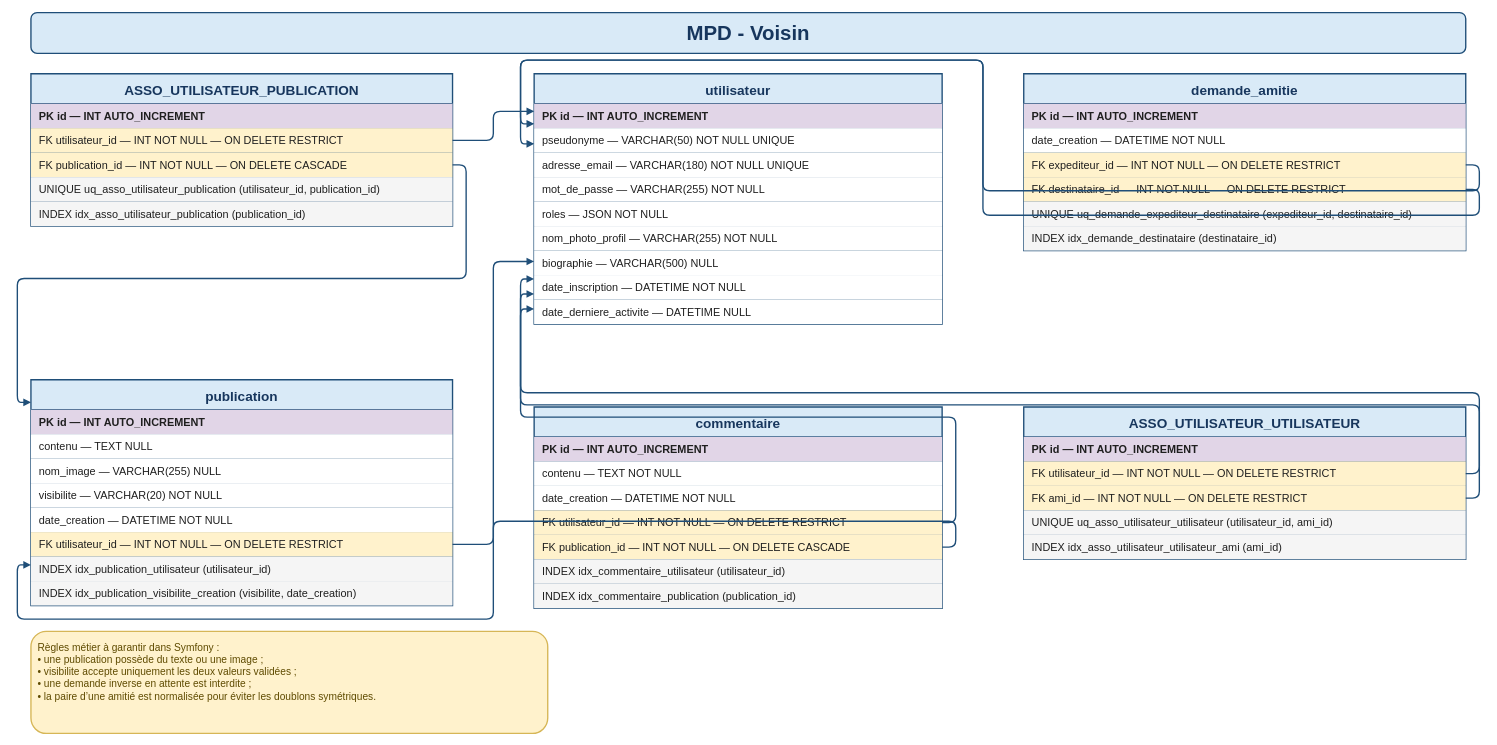
anthonylepichon/voisin keeps this draw.io diagram as page "MPD avec contraintes" (2 of 2) of documents/conceptualisation/Modèles de données/MPD.drawio. Above is the earlier version. Source tidied: cells renumbered, new cells numbered last; positions are measured from the earlier drawing's top-left corner, leaving out a move shared by most shapes. Both pictures are drawn from the tidied source at 68%, with x=0, y=0 at pixel (31, 12).
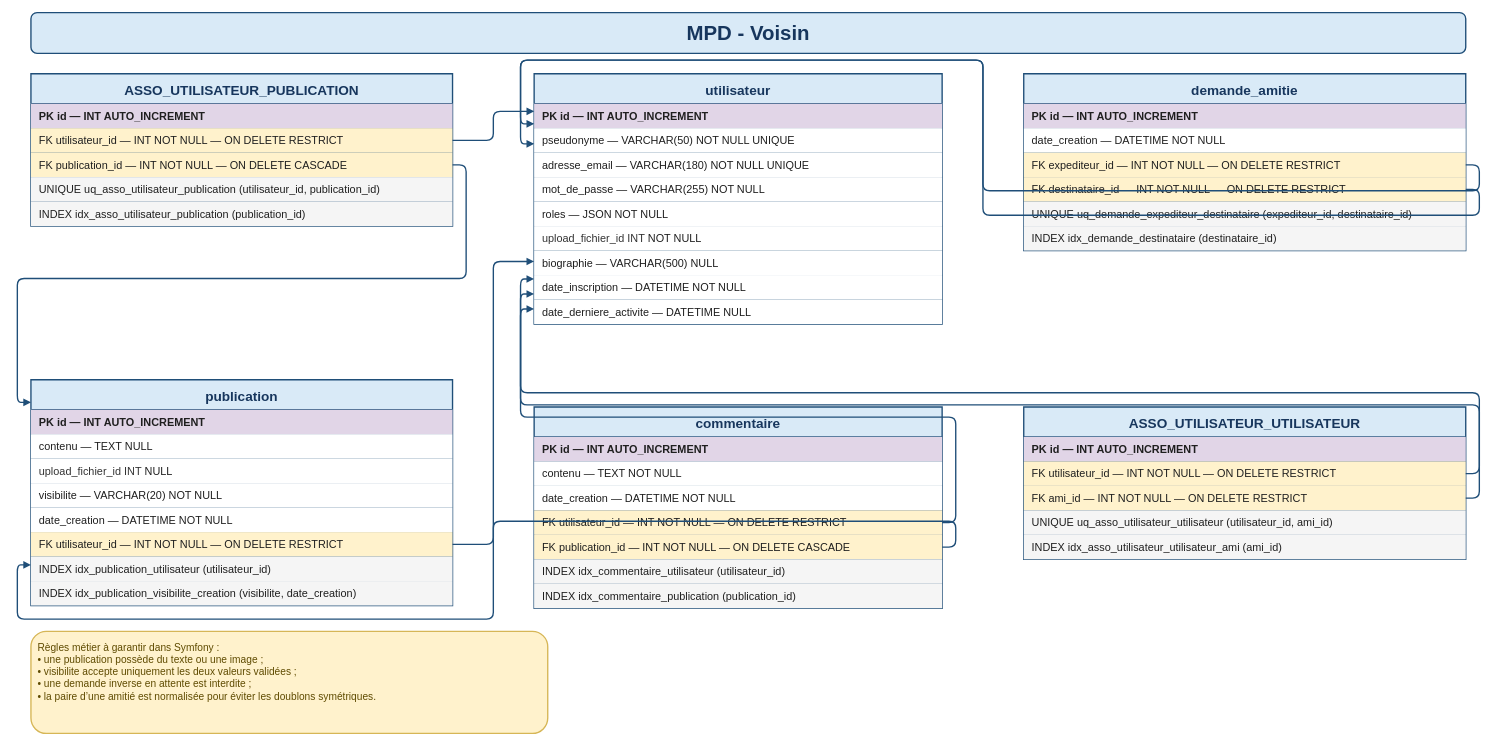
The same diagram, later.

Commit message:
docs: aligner le MPD avec les fichiers téléversés

Unchanged cells that the change refers to:
```xml
<mxCell id="25" style="shape=tableRow;horizontal=0;startSize=0;swimlaneHead=0;swimlaneBody=0;strokeColor=#9FBAD0;top=0;left=0;bottom=0;right=0;fillColor=#FFFFFF;" parent="14" vertex="1">
  <mxGeometry y="224" width="600" height="36" as="geometry" />
</mxCell>
<mxCell id="51" style="shape=tableRow;horizontal=0;startSize=0;swimlaneHead=0;swimlaneBody=0;strokeColor=#9FBAD0;top=0;left=0;bottom=0;right=0;fillColor=#FFFFFF;" parent="46" vertex="1">
  <mxGeometry y="116" width="620" height="36" as="geometry" />
</mxCell>
```

Change to the diagram source:
```diff
@@
-    <mxCell id="26" value="nom_photo_profil — VARCHAR(255) NOT NULL" style="shape=partialRectangle;html=1;whiteSpace=wrap;strokeColor=none;fillColor=none;top=0;left=0;bottom=0;right=0;fontSize=16;fontColor=#1F1F1F;align=left;verticalAlign=middle;spacingLeft=10;" parent="25" vertex="1">
+    <mxCell id="26" value="&lt;span style=&quot;color: rgb(51, 51, 51);&quot;&gt;upload_fichier_id INT&lt;/span&gt;&amp;nbsp;NOT NULL" style="shape=partialRectangle;html=1;whiteSpace=wrap;strokeColor=none;fillColor=none;top=0;left=0;bottom=0;right=0;fontSize=16;fontColor=#1F1F1F;align=left;verticalAlign=middle;spacingLeft=10;" parent="25" vertex="1">
       <mxGeometry width="600" height="36" as="geometry" />
     </mxCell>
@@
-    <mxCell id="52" value="nom_image — VARCHAR(255) NULL" style="shape=partialRectangle;html=1;whiteSpace=wrap;strokeColor=none;fillColor=none;top=0;left=0;bottom=0;right=0;fontSize=16;fontColor=#1F1F1F;align=left;verticalAlign=middle;spacingLeft=10;" parent="51" vertex="1">
+    <mxCell id="52" value="&lt;span style=&quot;color: rgb(51, 51, 51);&quot;&gt;upload_fichier_id INT&lt;/span&gt;&amp;nbsp;NULL" style="shape=partialRectangle;html=1;whiteSpace=wrap;strokeColor=none;fillColor=none;top=0;left=0;bottom=0;right=0;fontSize=16;fontColor=#1F1F1F;align=left;verticalAlign=middle;spacingLeft=10;" parent="51" vertex="1">
       <mxGeometry width="620" height="36" as="geometry" />
     </mxCell>
```
